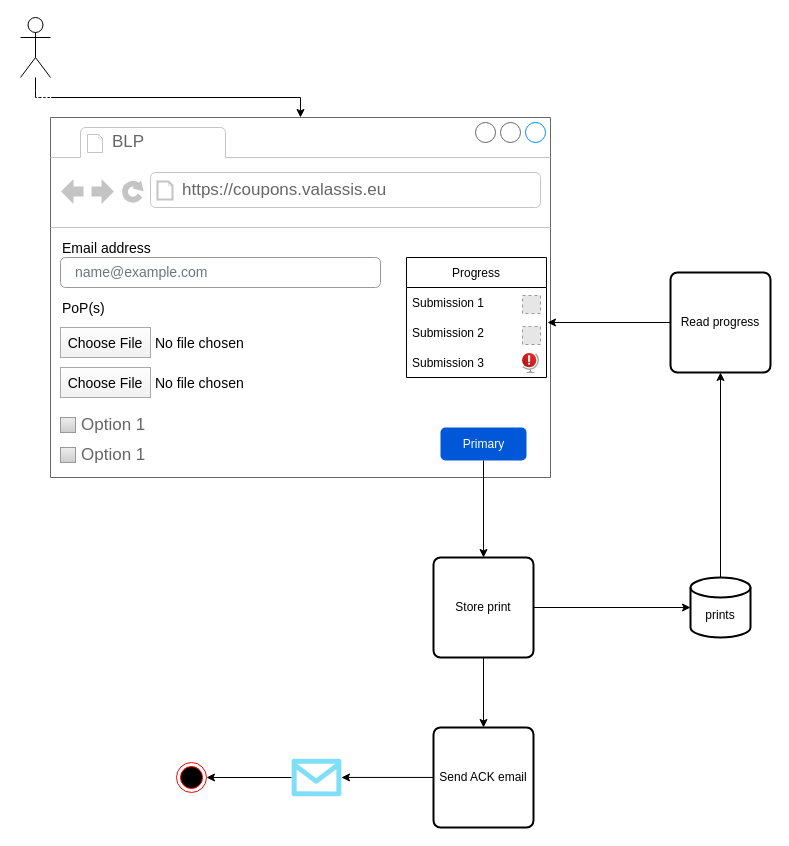
Earlier version of the draw.io diagram page "User returns" (4 of 5) of loyalty/User Flow.drawio (valassis-fcalle/diagramas.net). Source tidied: cells renumbered, new cells numbered last; positions are measured from the earlier drawing's top-left corner, leaving out a move shared by most shapes. Both pictures are drawn from the tidied source at 100%, with x=0, y=0 at pixel (20, 17). Pictures stored in the file or linked from it are replaced by grey dashed boxes.
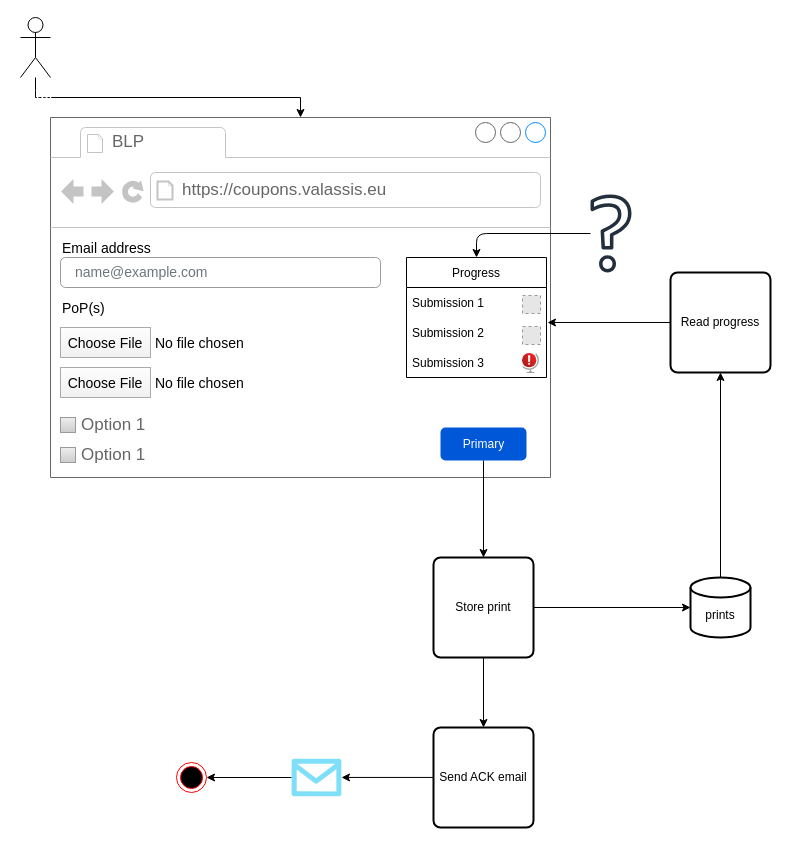
After the change.

The change refers to these unchanged cells:
```xml
<mxCell id="17" value="Progress" style="swimlane;fontStyle=0;horizontal=1;startSize=30;" parent="4" vertex="1">
  <mxGeometry x="356" y="140" width="140" height="120" as="geometry" />
</mxCell>
```

What changed in the source:
```diff
@@
+    <mxCell id="37" style="edgeStyle=orthogonalEdgeStyle;rounded=1;jettySize=auto;html=1;entryX=0.5;entryY=0;entryDx=0;entryDy=0;" parent="1" edge="1" source="38" target="17">
+      <mxGeometry relative="1" as="geometry" />
+    </mxCell>
+    <mxCell id="38" style="sketch=0;outlineConnect=0;fontColor=#232F3E;gradientColor=none;fillColor=#232F3D;strokeColor=none;dashed=0;verticalLabelPosition=bottom;verticalAlign=top;align=center;html=1;fontSize=12;fontStyle=0;shape=mxgraph.aws4.question;" parent="1" vertex="1">
+      <mxGeometry x="570" y="177" width="41" height="78" as="geometry" />
+    </mxCell>
```
